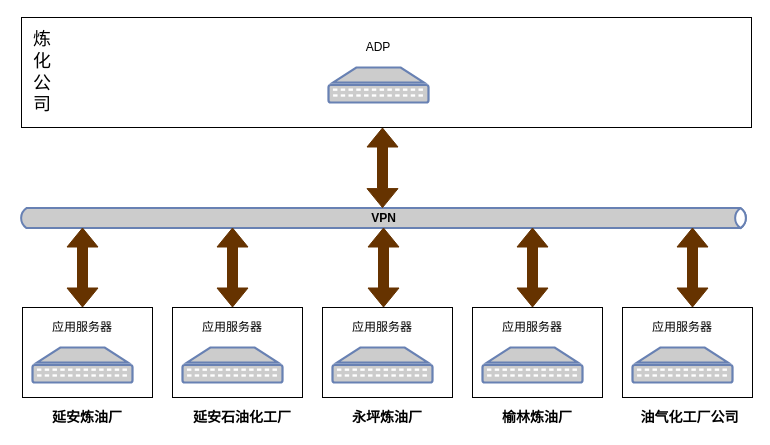
publisherfk/diagrams keeps this draw.io diagram as supfusion/延长石油/数据流程图.drawio. Above is the earlier version. Source tidied: cells renumbered, new cells numbered last; positions are measured from the earlier drawing's top-left corner, leaving out a move shared by most shapes. Both pictures are drawn from the tidied source at 100%, with x=0, y=0 at pixel (18, 17).
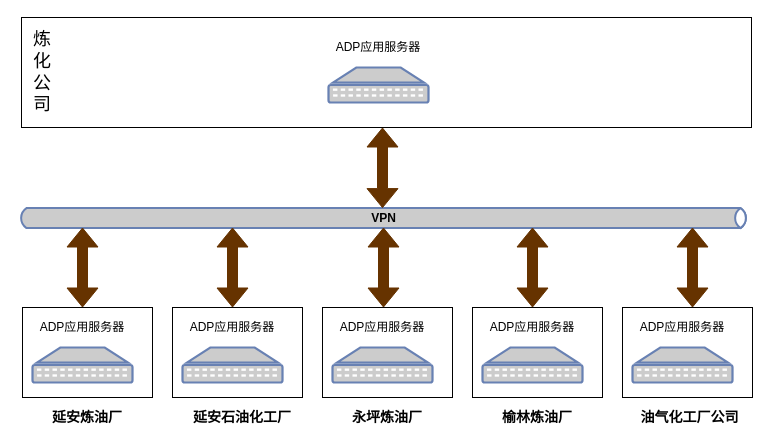
The same diagram, later.

Commit message (it also covers changes not shown here):
Update 数据流程图.drawio

Diff of the diagram source:
```diff
@@
-    <mxCell id="5" value="ADP" style="text;html=1;strokeColor=none;fillColor=none;align=center;verticalAlign=middle;whiteSpace=wrap;rounded=0;" parent="1" vertex="1">
+    <mxCell id="5" value="ADP应用服务器" style="text;html=1;strokeColor=none;fillColor=none;align=center;verticalAlign=middle;whiteSpace=wrap;rounded=0;" parent="1" vertex="1">
       <mxGeometry x="315" y="20" width="90" height="20" as="geometry" />
     </mxCell>
@@
-    <mxCell id="10" value="应用服务器" style="text;html=1;strokeColor=none;fillColor=none;align=center;verticalAlign=middle;whiteSpace=wrap;rounded=0;" parent="1" vertex="1">
+    <mxCell id="10" value="ADP应用服务器" style="text;html=1;strokeColor=none;fillColor=none;align=center;verticalAlign=middle;whiteSpace=wrap;rounded=0;" parent="1" vertex="1">
       <mxGeometry x="19" y="300" width="90" height="20" as="geometry" />
     </mxCell>
@@
-    <mxCell id="14" value="应用服务器" style="text;html=1;strokeColor=none;fillColor=none;align=center;verticalAlign=middle;whiteSpace=wrap;rounded=0;" parent="1" vertex="1">
+    <mxCell id="14" value="ADP应用服务器" style="text;html=1;strokeColor=none;fillColor=none;align=center;verticalAlign=middle;whiteSpace=wrap;rounded=0;" parent="1" vertex="1">
       <mxGeometry x="169" y="300" width="90" height="20" as="geometry" />
     </mxCell>
@@
-    <mxCell id="18" value="应用服务器" style="text;html=1;strokeColor=none;fillColor=none;align=center;verticalAlign=middle;whiteSpace=wrap;rounded=0;" parent="1" vertex="1">
+    <mxCell id="18" value="ADP应用服务器" style="text;html=1;strokeColor=none;fillColor=none;align=center;verticalAlign=middle;whiteSpace=wrap;rounded=0;" parent="1" vertex="1">
       <mxGeometry x="319" y="300" width="90" height="20" as="geometry" />
     </mxCell>
@@
-    <mxCell id="22" value="应用服务器" style="text;html=1;strokeColor=none;fillColor=none;align=center;verticalAlign=middle;whiteSpace=wrap;rounded=0;" parent="1" vertex="1">
+    <mxCell id="22" value="ADP应用服务器" style="text;html=1;strokeColor=none;fillColor=none;align=center;verticalAlign=middle;whiteSpace=wrap;rounded=0;" parent="1" vertex="1">
       <mxGeometry x="469" y="300" width="90" height="20" as="geometry" />
     </mxCell>
@@
-    <mxCell id="26" value="应用服务器" style="text;html=1;strokeColor=none;fillColor=none;align=center;verticalAlign=middle;whiteSpace=wrap;rounded=0;" parent="1" vertex="1">
+    <mxCell id="26" value="ADP应用服务器" style="text;html=1;strokeColor=none;fillColor=none;align=center;verticalAlign=middle;whiteSpace=wrap;rounded=0;" parent="1" vertex="1">
       <mxGeometry x="619" y="300" width="90" height="20" as="geometry" />
     </mxCell>
```
